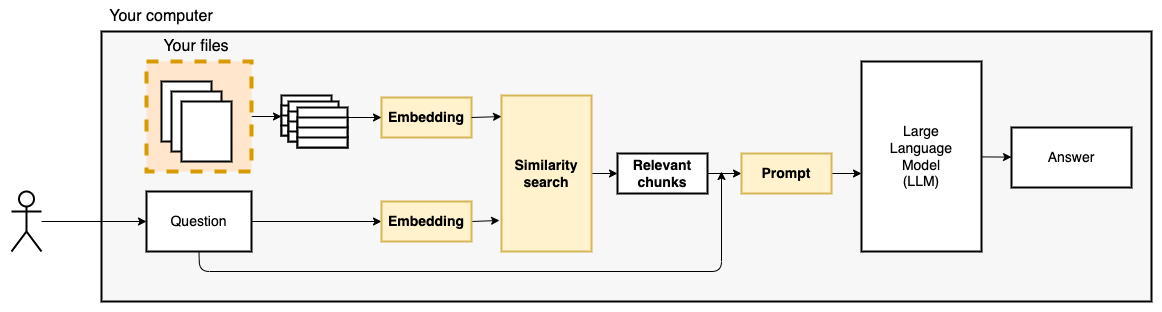
Above: pics/solution-part2-similarity search-no letters.drawio.png in fau-masters-collected-works-cgarbin/gpt-all-local (draw.io), before the change. Source tidied: cells renumbered, new cells last; positions are measured from the earlier drawing's top-left corner, leaving out a move shared by most shapes.
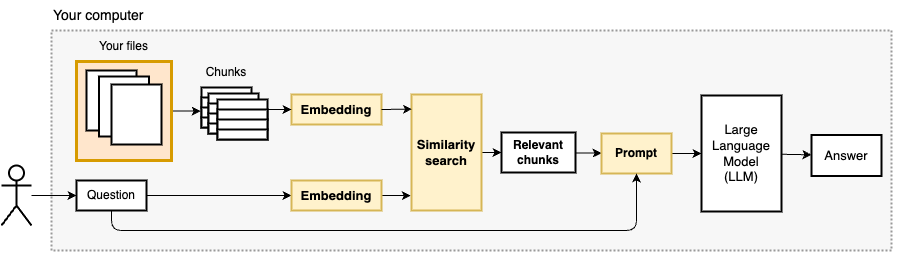
The same diagram one commit later.

Commit message:
Reduce pic size to space screen space

Change to the diagram source:
```diff
@@ -3,135 +3,132 @@
     <mxCell id="0" />
     <mxCell id="1" parent="0" />
     <mxCell id="2" style="rounded=0;whiteSpace=wrap;html=1;strokeWidth=2;fontSize=16;fillColor=#FFFFFF;strokeColor=none;" parent="1" vertex="1">
-      <mxGeometry width="1160" height="310" as="geometry" />
+      <mxGeometry x="-10" y="-20" width="900" height="260" as="geometry" />
     </mxCell>
-    <mxCell id="3" style="rounded=0;whiteSpace=wrap;html=1;strokeWidth=2;fontSize=16;fillColor=#F7F7F7;" parent="1" vertex="1">
-      <mxGeometry x="100" y="30" width="1050" height="270" as="geometry" />
+    <mxCell id="3" style="rounded=0;whiteSpace=wrap;html=1;strokeWidth=2;fontSize=16;fillColor=#F7F7F7;strokeColor=#999999;dashed=1;dashPattern=1 1;" parent="1" vertex="1">
+      <mxGeometry x="40" y="10" width="840" height="220" as="geometry" />
     </mxCell>
-    <mxCell id="4" style="edgeStyle=none;html=1;fontSize=14;" parent="1" edge="1" source="5">
-      <mxGeometry relative="1" as="geometry">
-        <mxPoint x="280" y="115" as="targetPoint" />
-      </mxGeometry>
+    <mxCell id="4" style="edgeStyle=none;html=1;fontSize=14;entryX=-0.015;entryY=0.18;entryDx=0;entryDy=0;entryPerimeter=0;" parent="1" edge="1" source="5" target="21">
+      <mxGeometry relative="1" as="geometry" />
     </mxCell>
-    <mxCell id="5" style="rounded=0;whiteSpace=wrap;html=1;dashed=1;strokeWidth=4;fillColor=#ffe6cc;strokeColor=#d79b00;" parent="1" vertex="1">
-      <mxGeometry x="145" y="60" width="105" height="110" as="geometry" />
+    <mxCell id="5" style="rounded=0;whiteSpace=wrap;html=1;strokeWidth=3;fillColor=#ffe6cc;strokeColor=#d79b00;" parent="1" vertex="1">
+      <mxGeometry x="65" y="41" width="95" height="99" as="geometry" />
     </mxCell>
     <mxCell id="6" value="&lt;meta charset=&quot;utf-8&quot;&gt;&lt;span style=&quot;color: rgba(0, 0, 0, 0); font-family: monospace; font-size: 0px; font-style: normal; font-variant-ligatures: normal; font-variant-caps: normal; font-weight: 400; letter-spacing: normal; orphans: 2; text-align: start; text-indent: 0px; text-transform: none; widows: 2; word-spacing: 0px; -webkit-text-stroke-width: 0px; background-color: rgb(251, 251, 251); text-decoration-thickness: initial; text-decoration-style: initial; text-decoration-color: initial; float: none; display: inline !important;&quot;&gt;&amp;nbsp;&lt;/span&gt;" style="rounded=0;whiteSpace=wrap;html=1;strokeWidth=2;" parent="1" vertex="1">
-      <mxGeometry x="160" y="80" width="50" height="60" as="geometry" />
+      <mxGeometry x="75" y="50" width="50" height="60" as="geometry" />
     </mxCell>
     <mxCell id="7" value="&lt;meta charset=&quot;utf-8&quot;&gt;&lt;span style=&quot;color: rgba(0, 0, 0, 0); font-family: monospace; font-size: 0px; font-style: normal; font-variant-ligatures: normal; font-variant-caps: normal; font-weight: 400; letter-spacing: normal; orphans: 2; text-align: start; text-indent: 0px; text-transform: none; widows: 2; word-spacing: 0px; -webkit-text-stroke-width: 0px; background-color: rgb(251, 251, 251); text-decoration-thickness: initial; text-decoration-style: initial; text-decoration-color: initial; float: none; display: inline !important;&quot;&gt;&amp;nbsp;&lt;/span&gt;" style="rounded=0;whiteSpace=wrap;html=1;strokeWidth=2;" parent="1" vertex="1">
-      <mxGeometry x="170" y="90" width="50" height="60" as="geometry" />
+      <mxGeometry x="87.5" y="56" width="50" height="60" as="geometry" />
     </mxCell>
     <mxCell id="8" value="&lt;meta charset=&quot;utf-8&quot;&gt;&lt;span style=&quot;color: rgba(0, 0, 0, 0); font-family: monospace; font-size: 0px; font-style: normal; font-variant-ligatures: normal; font-variant-caps: normal; font-weight: 400; letter-spacing: normal; orphans: 2; text-align: start; text-indent: 0px; text-transform: none; widows: 2; word-spacing: 0px; -webkit-text-stroke-width: 0px; background-color: rgb(251, 251, 251); text-decoration-thickness: initial; text-decoration-style: initial; text-decoration-color: initial; float: none; display: inline !important;&quot;&gt;&amp;nbsp;&lt;/span&gt;" style="rounded=0;whiteSpace=wrap;html=1;strokeWidth=2;" parent="1" vertex="1">
-      <mxGeometry x="180" y="100" width="50" height="60" as="geometry" />
+      <mxGeometry x="100" y="64" width="50" height="60" as="geometry" />
     </mxCell>
     <mxCell id="9" style="edgeStyle=none;html=1;fontSize=14;" parent="1" edge="1" source="10" target="12">
       <mxGeometry relative="1" as="geometry" />
     </mxCell>
     <mxCell id="10" style="shape=umlActor;verticalLabelPosition=bottom;verticalAlign=top;html=1;outlineConnect=0;strokeWidth=2;" parent="1" vertex="1">
-      <mxGeometry x="10" y="190" width="30" height="60" as="geometry" />
+      <mxGeometry x="-10" y="145" width="30" height="60" as="geometry" />
     </mxCell>
     <mxCell id="11" style="edgeStyle=none;html=1;fontSize=14;entryX=0;entryY=0.5;entryDx=0;entryDy=0;" parent="1" edge="1" source="12" target="33">
       <mxGeometry relative="1" as="geometry" />
     </mxCell>
-    <mxCell id="12" value="Question" style="rounded=0;whiteSpace=wrap;html=1;strokeWidth=2;fontSize=14;" parent="1" vertex="1">
-      <mxGeometry x="145" y="190" width="105" height="60" as="geometry" />
+    <mxCell id="12" value="Question" style="rounded=0;whiteSpace=wrap;html=1;strokeWidth=2;fontSize=12;" parent="1" vertex="1">
+      <mxGeometry x="65" y="160" width="70" height="30" as="geometry" />
     </mxCell>
     <mxCell id="13" style="edgeStyle=none;html=1;fontSize=14;" parent="1" edge="1" source="14" target="15">
       <mxGeometry relative="1" as="geometry" />
     </mxCell>
-    <mxCell id="14" value="Large&lt;br&gt;Language&lt;br&gt;Model&lt;br&gt;(LLM)" style="rounded=0;whiteSpace=wrap;html=1;strokeWidth=2;fontSize=14;" parent="1" vertex="1">
-      <mxGeometry x="860" y="60" width="120" height="190" as="geometry" />
+    <mxCell id="14" value="Large&lt;br style=&quot;font-size: 13px;&quot;&gt;Language&lt;br style=&quot;font-size: 13px;&quot;&gt;Model&lt;br style=&quot;font-size: 13px;&quot;&gt;(LLM)" style="rounded=0;whiteSpace=wrap;html=1;strokeWidth=2;fontSize=13;" parent="1" vertex="1">
+      <mxGeometry x="690" y="75" width="80" height="116" as="geometry" />
     </mxCell>
-    <mxCell id="15" value="Answer" style="rounded=0;whiteSpace=wrap;html=1;strokeWidth=2;fontSize=14;" parent="1" vertex="1">
-      <mxGeometry x="1010" y="126" width="120" height="60" as="geometry" />
+    <mxCell id="15" value="Answer" style="rounded=0;whiteSpace=wrap;html=1;strokeWidth=2;fontSize=13;" parent="1" vertex="1">
+      <mxGeometry x="800" y="114.5" width="70" height="41" as="geometry" />
     </mxCell>
-    <mxCell id="16" value="Your computer" style="text;html=1;strokeColor=none;fillColor=none;align=center;verticalAlign=middle;whiteSpace=wrap;rounded=0;strokeWidth=2;fontSize=16;" parent="1" vertex="1">
-      <mxGeometry x="100" width="120" height="30" as="geometry" />
+    <mxCell id="16" value="Your computer" style="text;html=1;strokeColor=none;fillColor=none;align=left;verticalAlign=middle;whiteSpace=wrap;rounded=0;strokeWidth=2;fontSize=14;" parent="1" vertex="1">
+      <mxGeometry x="40" y="-20" width="120" height="30" as="geometry" />
     </mxCell>
-    <mxCell id="17" style="edgeStyle=none;html=1;fontSize=14;exitX=1;exitY=0.5;exitDx=0;exitDy=0;" parent="1" edge="1">
-      <mxGeometry relative="1" as="geometry">
-        <mxPoint x="830" y="172" as="sourcePoint" />
-        <mxPoint x="860" y="172" as="targetPoint" />
-      </mxGeometry>
+    <mxCell id="17" style="edgeStyle=none;html=1;fontSize=14;exitX=1;exitY=0.5;exitDx=0;exitDy=0;entryX=0;entryY=0.5;entryDx=0;entryDy=0;" parent="1" edge="1" source="39" target="14">
+      <mxGeometry relative="1" as="geometry" />
     </mxCell>
-    <mxCell id="18" value="Embedding" style="rounded=0;whiteSpace=wrap;html=1;fontSize=14;strokeWidth=2;fillColor=#fff2cc;strokeColor=#d6b656;fontStyle=1;" parent="1" vertex="1">
-      <mxGeometry x="380" y="96" width="90" height="40" as="geometry" />
+    <mxCell id="18" value="Embedding" style="rounded=0;whiteSpace=wrap;html=1;fontSize=13;strokeWidth=2;fillColor=#fff2cc;strokeColor=#d6b656;fontStyle=1;" parent="1" vertex="1">
+      <mxGeometry x="280" y="74" width="90" height="30" as="geometry" />
     </mxCell>
     <mxCell id="19" style="rounded=0;whiteSpace=wrap;html=1;strokeWidth=2;fontSize=14;" parent="1" vertex="1">
-      <mxGeometry x="280" y="94" width="50" height="20" as="geometry" />
+      <mxGeometry x="190" y="67" width="50" height="20" as="geometry" />
     </mxCell>
     <mxCell id="20" style="rounded=0;whiteSpace=wrap;html=1;strokeWidth=2;fontSize=14;" parent="1" vertex="1">
-      <mxGeometry x="280" y="104" width="50" height="20" as="geometry" />
+      <mxGeometry x="190" y="77" width="50" height="20" as="geometry" />
     </mxCell>
     <mxCell id="21" style="rounded=0;whiteSpace=wrap;html=1;strokeWidth=2;fontSize=14;" parent="1" vertex="1">
-      <mxGeometry x="280" y="114" width="50" height="20" as="geometry" />
+      <mxGeometry x="190" y="87" width="50" height="20" as="geometry" />
     </mxCell>
     <mxCell id="22" style="rounded=0;whiteSpace=wrap;html=1;strokeWidth=2;fontSize=14;" parent="1" vertex="1">
-      <mxGeometry x="280" y="124" width="50" height="10" as="geometry" />
+      <mxGeometry x="190" y="97" width="50" height="10" as="geometry" />
     </mxCell>
     <mxCell id="23" style="rounded=0;whiteSpace=wrap;html=1;strokeWidth=2;fontSize=14;" parent="1" vertex="1">
-      <mxGeometry x="287" y="100" width="50" height="20" as="geometry" />
+      <mxGeometry x="197" y="73" width="50" height="20" as="geometry" />
     </mxCell>
     <mxCell id="24" style="rounded=0;whiteSpace=wrap;html=1;strokeWidth=2;fontSize=14;" parent="1" vertex="1">
-      <mxGeometry x="287" y="110" width="50" height="20" as="geometry" />
+      <mxGeometry x="197" y="83" width="50" height="20" as="geometry" />
     </mxCell>
     <mxCell id="25" style="rounded=0;whiteSpace=wrap;html=1;strokeWidth=2;fontSize=14;" parent="1" vertex="1">
-      <mxGeometry x="287" y="120" width="50" height="20" as="geometry" />
+      <mxGeometry x="197" y="93" width="50" height="20" as="geometry" />
     </mxCell>
     <mxCell id="26" style="rounded=0;whiteSpace=wrap;html=1;strokeWidth=2;fontSize=14;" parent="1" vertex="1">
-      <mxGeometry x="287" y="130" width="50" height="10" as="geometry" />
+      <mxGeometry x="197" y="103" width="50" height="10" as="geometry" />
     </mxCell>
     <mxCell id="27" style="edgeStyle=none;html=1;" parent="1" edge="1" source="28" target="18">
       <mxGeometry relative="1" as="geometry" />
     </mxCell>
     <mxCell id="28" style="rounded=0;whiteSpace=wrap;html=1;strokeWidth=2;fontSize=14;" parent="1" vertex="1">
-      <mxGeometry x="296" y="106" width="50" height="20" as="geometry" />
+      <mxGeometry x="206" y="79" width="50" height="20" as="geometry" />
     </mxCell>
     <mxCell id="29" style="rounded=0;whiteSpace=wrap;html=1;strokeWidth=2;fontSize=14;" parent="1" vertex="1">
-      <mxGeometry x="296" y="116" width="50" height="20" as="geometry" />
+      <mxGeometry x="206" y="89" width="50" height="20" as="geometry" />
     </mxCell>
     <mxCell id="30" style="rounded=0;whiteSpace=wrap;html=1;strokeWidth=2;fontSize=14;" parent="1" vertex="1">
-      <mxGeometry x="296" y="126" width="50" height="20" as="geometry" />
+      <mxGeometry x="206" y="99" width="50" height="20" as="geometry" />
     </mxCell>
     <mxCell id="31" style="rounded=0;whiteSpace=wrap;html=1;strokeWidth=2;fontSize=14;" parent="1" vertex="1">
-      <mxGeometry x="296" y="136" width="50" height="10" as="geometry" />
+      <mxGeometry x="206" y="109" width="50" height="10" as="geometry" />
     </mxCell>
-    <mxCell id="32" style="edgeStyle=none;html=1;exitX=1;exitY=0.5;exitDx=0;exitDy=0;entryX=-0.022;entryY=0.801;entryDx=0;entryDy=0;entryPerimeter=0;" parent="1" edge="1" source="33" target="35">
+    <mxCell id="32" style="edgeStyle=none;html=1;exitX=1;exitY=0.5;exitDx=0;exitDy=0;entryX=-0.01;entryY=0.872;entryDx=0;entryDy=0;entryPerimeter=0;" parent="1" edge="1" source="33" target="35">
       <mxGeometry relative="1" as="geometry" />
     </mxCell>
-    <mxCell id="33" value="Embedding" style="rounded=0;whiteSpace=wrap;html=1;fontSize=14;strokeWidth=2;fillColor=#fff2cc;strokeColor=#d6b656;fontStyle=1;" parent="1" vertex="1">
-      <mxGeometry x="380" y="200" width="90" height="40" as="geometry" />
+    <mxCell id="33" value="Embedding" style="rounded=0;whiteSpace=wrap;html=1;fontSize=13;strokeWidth=2;fillColor=#fff2cc;strokeColor=#d6b656;fontStyle=1;" parent="1" vertex="1">
+      <mxGeometry x="280" y="160" width="90" height="30" as="geometry" />
     </mxCell>
     <mxCell id="34" style="edgeStyle=none;html=1;" parent="1" edge="1" source="35" target="37">
       <mxGeometry relative="1" as="geometry" />
     </mxCell>
-    <mxCell id="35" value="Similarity search" style="rounded=0;whiteSpace=wrap;html=1;fontSize=14;strokeWidth=2;fillColor=#fff2cc;strokeColor=#d6b656;fontStyle=1;" parent="1" vertex="1">
-      <mxGeometry x="500" y="94" width="90" height="156" as="geometry" />
+    <mxCell id="35" value="Similarity search" style="rounded=0;whiteSpace=wrap;html=1;fontSize=13;strokeWidth=2;fillColor=#fff2cc;strokeColor=#d6b656;fontStyle=1;" parent="1" vertex="1">
+      <mxGeometry x="400" y="74" width="70" height="116" as="geometry" />
     </mxCell>
     <mxCell id="36" style="edgeStyle=none;html=1;" parent="1" edge="1" source="37" target="39">
       <mxGeometry relative="1" as="geometry" />
     </mxCell>
-    <mxCell id="37" value="Relevant chunks" style="rounded=0;whiteSpace=wrap;html=1;fontSize=14;strokeWidth=2;fontStyle=1;" parent="1" vertex="1">
-      <mxGeometry x="616" y="152" width="90" height="40" as="geometry" />
+    <mxCell id="37" value="Relevant chunks" style="rounded=0;whiteSpace=wrap;html=1;fontSize=12;strokeWidth=2;fontStyle=1;" parent="1" vertex="1">
+      <mxGeometry x="490" y="112" width="74" height="40" as="geometry" />
     </mxCell>
-    <mxCell id="38" style="edgeStyle=none;html=1;exitX=1;exitY=0.5;exitDx=0;exitDy=0;entryX=0;entryY=0.135;entryDx=0;entryDy=0;entryPerimeter=0;" parent="1" edge="1" source="18" target="35">
+    <mxCell id="38" style="edgeStyle=none;html=1;exitX=1;exitY=0.5;exitDx=0;exitDy=0;entryX=0.007;entryY=0.126;entryDx=0;entryDy=0;entryPerimeter=0;" parent="1" edge="1" source="18" target="35">
       <mxGeometry relative="1" as="geometry" />
     </mxCell>
-    <mxCell id="39" value="Prompt" style="rounded=0;whiteSpace=wrap;html=1;fontSize=14;strokeWidth=2;fontStyle=1;fillColor=#fff2cc;strokeColor=#d6b656;" parent="1" vertex="1">
-      <mxGeometry x="740" y="152" width="90" height="40" as="geometry" />
+    <mxCell id="39" value="Prompt" style="rounded=0;whiteSpace=wrap;html=1;fontSize=12;strokeWidth=2;fontStyle=1;fillColor=#fff2cc;strokeColor=#d6b656;" parent="1" vertex="1">
+      <mxGeometry x="590" y="113" width="70" height="40" as="geometry" />
     </mxCell>
-    <mxCell id="40" style="edgeStyle=none;html=1;fontSize=14;exitX=0.5;exitY=1;exitDx=0;exitDy=0;" parent="1" edge="1" source="12">
+    <mxCell id="40" style="edgeStyle=none;html=1;fontSize=14;exitX=0.5;exitY=1;exitDx=0;exitDy=0;entryX=0.5;entryY=1;entryDx=0;entryDy=0;" parent="1" edge="1" source="12" target="39">
       <mxGeometry relative="1" as="geometry">
-        <mxPoint x="720" y="170" as="targetPoint" />
         <Array as="points">
-          <mxPoint x="198" y="270" />
-          <mxPoint x="720" y="270" />
+          <mxPoint x="100" y="210" />
+          <mxPoint x="625" y="210" />
         </Array>
       </mxGeometry>
     </mxCell>
-    <mxCell id="41" value="Your files" style="text;html=1;strokeColor=none;fillColor=none;align=center;verticalAlign=middle;whiteSpace=wrap;rounded=0;strokeWidth=2;fontSize=16;" parent="1" vertex="1">
-      <mxGeometry x="135" y="30" width="120" height="30" as="geometry" />
+    <mxCell id="41" value="Your files" style="text;html=1;strokeColor=none;fillColor=none;align=center;verticalAlign=middle;whiteSpace=wrap;rounded=0;strokeWidth=2;fontSize=12;" parent="1" vertex="1">
+      <mxGeometry x="65" y="11" width="95" height="30" as="geometry" />
     </mxCell>
+    <mxCell id="42" value="Chunks" style="text;html=1;strokeColor=none;fillColor=none;align=center;verticalAlign=middle;whiteSpace=wrap;rounded=0;strokeWidth=2;fontSize=12;" parent="1" vertex="1">
+      <mxGeometry x="190" y="37" width="50" height="30" as="geometry" />
+    </mxCell>
   </root>
 </mxGraphModel>
```
